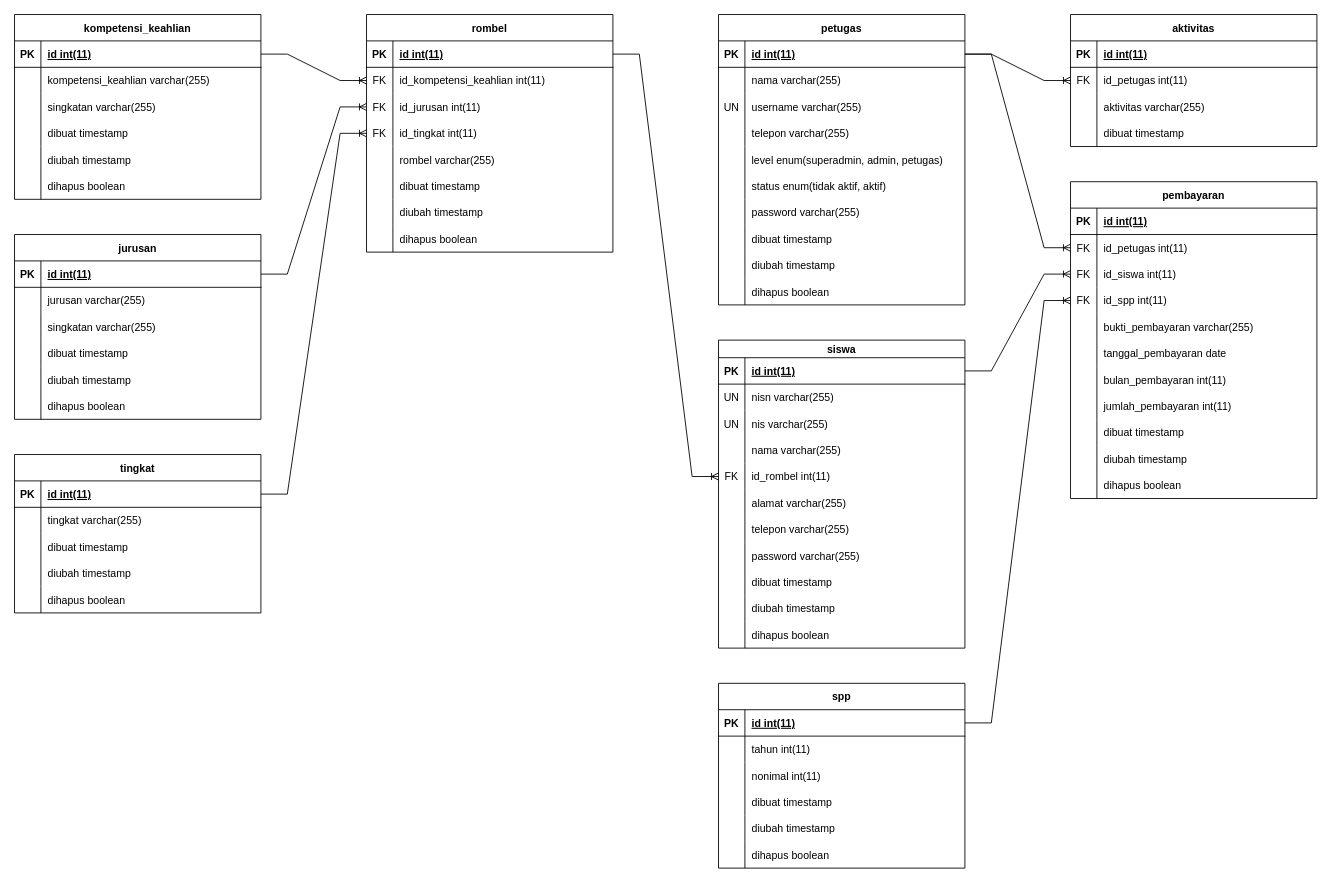
NotHydra/aplikasi-pembayaran-spp keeps this draw.io diagram as aplikasi-pembayaran-spp.drawio. Above is the earlier version. Source tidied: cells renumbered, new cells numbered last; positions are measured from the earlier drawing's top-left corner, leaving out a move shared by most shapes. Both pictures are drawn from the tidied source at 88%, with x=0, y=0 at pixel (14, 14).
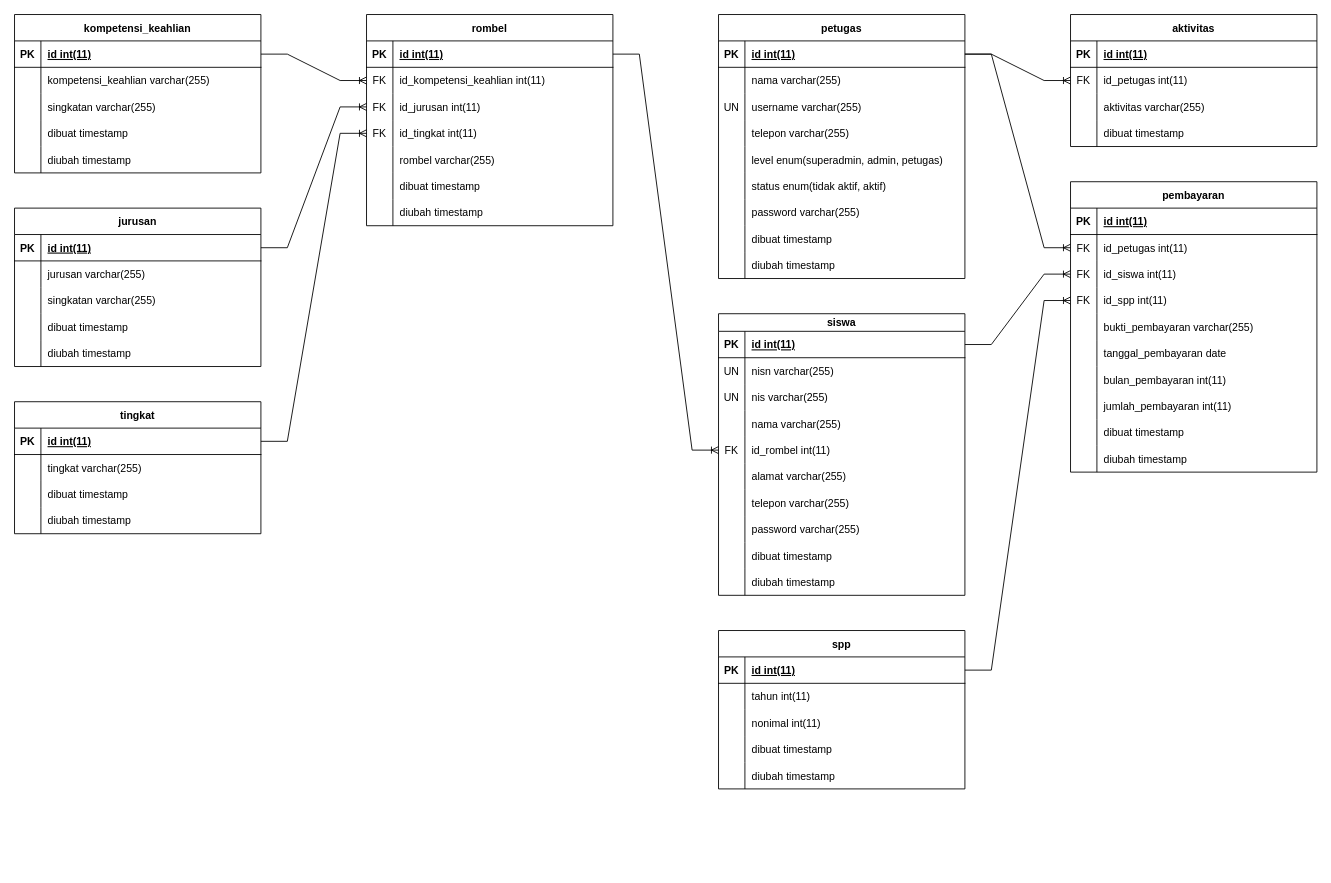
The same page after the edit.

The edit, as a diff of the source:
```diff
@@
     <mxCell id="2" value="rombel" style="shape=table;startSize=30;childLayout=tableLayout;rowLines=0;fontStyle=1;align=center;" parent="1" vertex="1">
-      <mxGeometry x="400" width="280" height="270" as="geometry" />
+      <mxGeometry x="400" width="280" height="240" as="geometry" />
     </mxCell>
@@
-    <mxCell id="24" style="shape=tableRow;horizontal=0;startSize=0;swimlaneHead=0;swimlaneBody=0;fillColor=none;top=0;left=0;right=0;bottom=0;" parent="2" vertex="1">
-      <mxGeometry y="240" width="280" height="30" as="geometry" />
-    </mxCell>
-    <mxCell id="25" style="shape=partialRectangle;fillColor=none;top=0;left=0;bottom=0;right=0;overflow=hidden;" parent="24" vertex="1">
-      <mxGeometry width="30" height="30" as="geometry" />
-    </mxCell>
-    <mxCell id="26" value="dihapus boolean" style="shape=partialRectangle;fillColor=none;top=0;left=0;bottom=0;right=0;align=left;spacingLeft=6;overflow=hidden;" parent="24" vertex="1">
-      <mxGeometry x="30" width="250" height="30" as="geometry" />
-    </mxCell>
     <mxCell id="27" value="kompetensi_keahlian" style="shape=table;startSize=30;childLayout=tableLayout;rowLines=0;fontStyle=1;align=center;" parent="1" vertex="1">
-      <mxGeometry width="280" height="210" as="geometry" />
+      <mxGeometry width="280" height="180" as="geometry" />
     </mxCell>
@@
-    <mxCell id="43" style="shape=tableRow;horizontal=0;startSize=0;swimlaneHead=0;swimlaneBody=0;fillColor=none;top=0;left=0;right=0;bottom=0;" parent="27" vertex="1">
-      <mxGeometry y="180" width="280" height="30" as="geometry" />
-    </mxCell>
-    <mxCell id="44" style="shape=partialRectangle;fillColor=none;top=0;left=0;bottom=0;right=0;overflow=hidden;" parent="43" vertex="1">
-      <mxGeometry width="30" height="30" as="geometry" />
-    </mxCell>
-    <mxCell id="45" value="dihapus boolean" style="shape=partialRectangle;fillColor=none;top=0;left=0;bottom=0;right=0;align=left;spacingLeft=6;overflow=hidden;" parent="43" vertex="1">
-      <mxGeometry x="30" width="250" height="30" as="geometry" />
-    </mxCell>
     <mxCell id="46" value="jurusan" style="shape=table;startSize=30;childLayout=tableLayout;rowLines=0;fontStyle=1;align=center;" parent="1" vertex="1">
-      <mxGeometry y="250" width="280" height="210" as="geometry" />
+      <mxGeometry y="220" width="280" height="180" as="geometry" />
     </mxCell>
@@
-    <mxCell id="62" style="shape=tableRow;horizontal=0;startSize=0;swimlaneHead=0;swimlaneBody=0;fillColor=none;top=0;left=0;right=0;bottom=0;" parent="46" vertex="1">
-      <mxGeometry y="180" width="280" height="30" as="geometry" />
-    </mxCell>
-    <mxCell id="63" style="shape=partialRectangle;fillColor=none;top=0;left=0;bottom=0;right=0;overflow=hidden;" parent="62" vertex="1">
-      <mxGeometry width="30" height="30" as="geometry" />
-    </mxCell>
-    <mxCell id="64" value="dihapus boolean" style="shape=partialRectangle;fillColor=none;top=0;left=0;bottom=0;right=0;align=left;spacingLeft=6;overflow=hidden;" parent="62" vertex="1">
-      <mxGeometry x="30" width="250" height="30" as="geometry" />
-    </mxCell>
     <mxCell id="65" value="tingkat" style="shape=table;startSize=30;childLayout=tableLayout;rowLines=0;fontStyle=1;align=center;" parent="1" vertex="1">
-      <mxGeometry y="500" width="280" height="180" as="geometry" />
+      <mxGeometry y="440" width="280" height="150" as="geometry" />
     </mxCell>
@@
-    <mxCell id="78" style="shape=tableRow;horizontal=0;startSize=0;swimlaneHead=0;swimlaneBody=0;fillColor=none;top=0;left=0;right=0;bottom=0;" parent="65" vertex="1">
-      <mxGeometry y="150" width="280" height="30" as="geometry" />
-    </mxCell>
-    <mxCell id="79" style="shape=partialRectangle;fillColor=none;top=0;left=0;bottom=0;right=0;overflow=hidden;" parent="78" vertex="1">
-      <mxGeometry width="30" height="30" as="geometry" />
-    </mxCell>
-    <mxCell id="80" value="dihapus boolean" style="shape=partialRectangle;fillColor=none;top=0;left=0;bottom=0;right=0;align=left;spacingLeft=6;overflow=hidden;" parent="78" vertex="1">
-      <mxGeometry x="30" width="250" height="30" as="geometry" />
-    </mxCell>
@@
     <mxCell id="84" value="siswa" style="shape=table;startSize=20;childLayout=tableLayout;rowLines=0;fontStyle=1;align=center;" parent="1" vertex="1">
-      <mxGeometry x="800" y="370" width="280" height="350" as="geometry" />
+      <mxGeometry x="800" y="340" width="280" height="320" as="geometry" />
     </mxCell>
@@
-    <mxCell id="115" style="shape=tableRow;horizontal=0;startSize=0;swimlaneHead=0;swimlaneBody=0;fillColor=none;top=0;left=0;right=0;bottom=0;" parent="84" vertex="1">
-      <mxGeometry y="320" width="280" height="30" as="geometry" />
-    </mxCell>
-    <mxCell id="116" style="shape=partialRectangle;fillColor=none;top=0;left=0;bottom=0;right=0;overflow=hidden;" parent="115" vertex="1">
-      <mxGeometry width="30" height="30" as="geometry" />
-    </mxCell>
-    <mxCell id="117" value="dihapus boolean" style="shape=partialRectangle;fillColor=none;top=0;left=0;bottom=0;right=0;align=left;spacingLeft=6;overflow=hidden;" parent="115" vertex="1">
-      <mxGeometry x="30" width="250" height="30" as="geometry" />
-    </mxCell>
@@
     <mxCell id="119" value="pembayaran" style="shape=table;startSize=30;childLayout=tableLayout;rowLines=0;fontStyle=1;align=center;" parent="1" vertex="1">
-      <mxGeometry x="1200" y="190" width="280" height="360" as="geometry" />
+      <mxGeometry x="1200" y="190" width="280" height="330" as="geometry" />
     </mxCell>
@@
-    <mxCell id="150" style="shape=tableRow;horizontal=0;startSize=0;swimlaneHead=0;swimlaneBody=0;fillColor=none;top=0;left=0;right=0;bottom=0;" parent="119" vertex="1">
-      <mxGeometry y="330" width="280" height="30" as="geometry" />
-    </mxCell>
-    <mxCell id="151" style="shape=partialRectangle;fillColor=none;top=0;left=0;bottom=0;right=0;overflow=hidden;" parent="150" vertex="1">
-      <mxGeometry width="30" height="30" as="geometry" />
-    </mxCell>
-    <mxCell id="152" value="dihapus boolean" style="shape=partialRectangle;fillColor=none;top=0;left=0;bottom=0;right=0;align=left;spacingLeft=6;overflow=hidden;" parent="150" vertex="1">
-      <mxGeometry x="30" width="250" height="30" as="geometry" />
-    </mxCell>
     <mxCell id="153" value="spp" style="shape=table;startSize=30;childLayout=tableLayout;rowLines=0;fontStyle=1;align=center;" parent="1" vertex="1">
-      <mxGeometry x="800" y="760" width="280" height="210" as="geometry" />
+      <mxGeometry x="800" y="700" width="280" height="180" as="geometry" />
     </mxCell>
@@
-    <mxCell id="169" style="shape=tableRow;horizontal=0;startSize=0;swimlaneHead=0;swimlaneBody=0;fillColor=none;top=0;left=0;right=0;bottom=0;" parent="153" vertex="1">
-      <mxGeometry y="180" width="280" height="30" as="geometry" />
-    </mxCell>
-    <mxCell id="170" style="shape=partialRectangle;fillColor=none;top=0;left=0;bottom=0;right=0;overflow=hidden;" parent="169" vertex="1">
-      <mxGeometry width="30" height="30" as="geometry" />
-    </mxCell>
-    <mxCell id="171" value="dihapus boolean" style="shape=partialRectangle;fillColor=none;top=0;left=0;bottom=0;right=0;align=left;spacingLeft=6;overflow=hidden;" parent="169" vertex="1">
-      <mxGeometry x="30" width="250" height="30" as="geometry" />
-    </mxCell>
     <mxCell id="172" value="petugas" style="shape=table;startSize=30;childLayout=tableLayout;rowLines=0;fontStyle=1;align=center;" parent="1" vertex="1">
-      <mxGeometry x="800" width="280" height="330" as="geometry" />
+      <mxGeometry x="800" width="280" height="300" as="geometry" />
     </mxCell>
@@
-    <mxCell id="200" style="shape=tableRow;horizontal=0;startSize=0;swimlaneHead=0;swimlaneBody=0;fillColor=none;top=0;left=0;right=0;bottom=0;" parent="172" vertex="1">
-      <mxGeometry y="300" width="280" height="30" as="geometry" />
-    </mxCell>
-    <mxCell id="201" style="shape=partialRectangle;fillColor=none;top=0;left=0;bottom=0;right=0;overflow=hidden;" parent="200" vertex="1">
-      <mxGeometry width="30" height="30" as="geometry" />
-    </mxCell>
-    <mxCell id="202" value="dihapus boolean" style="shape=partialRectangle;fillColor=none;top=0;left=0;bottom=0;right=0;align=left;spacingLeft=6;overflow=hidden;" parent="200" vertex="1">
-      <mxGeometry x="30" width="250" height="30" as="geometry" />
-    </mxCell>
```
